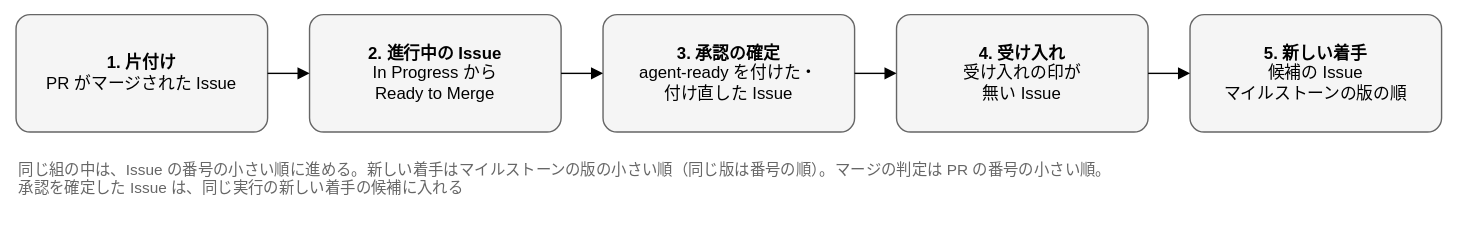
Above: docs/design/basic/diagrams/02-issue-order.drawio.svg in Joymerrevent/dev-autopilot (draw.io), before the change. Source tidied: cells renumbered, new cells last; positions are measured from the earlier drawing's top-left corner, leaving out a move shared by most shapes.
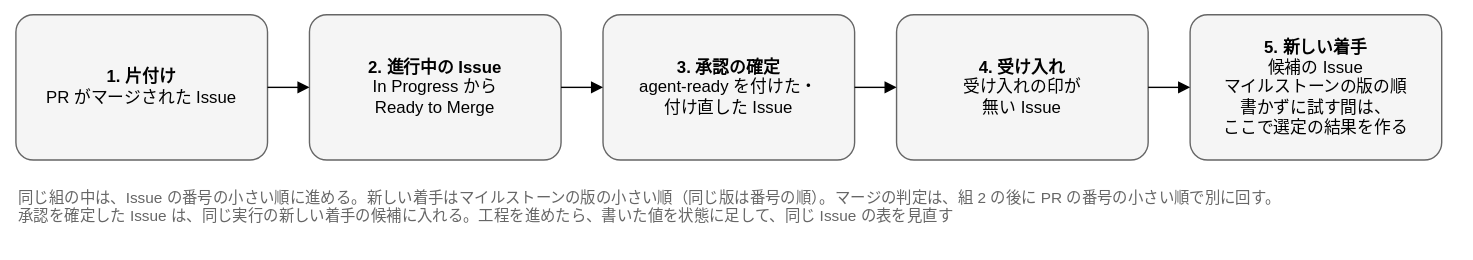
Above is the later version.

Change to the diagram source:
```diff
@@ -3,34 +3,34 @@
     <mxCell id="0" />
     <mxCell id="1" parent="0" />
     <mxCell id="2" value="&lt;b&gt;1. 片付け&lt;/b&gt;&lt;br&gt;PR がマージされた Issue" style="rounded=1;whiteSpace=wrap;html=1;fontSize=12;arcSize=12;spacing=12;fillColor=#f5f5f5;strokeColor=#666666;" parent="1" vertex="1">
-      <mxGeometry width="180" height="84" as="geometry" />
+      <mxGeometry width="180" height="104" as="geometry" />
     </mxCell>
     <mxCell id="3" value="&lt;b&gt;2. 進行中の Issue&lt;/b&gt;&lt;br&gt;In Progress から&lt;br&gt;Ready to Merge" style="rounded=1;whiteSpace=wrap;html=1;fontSize=12;arcSize=12;spacing=12;fillColor=#f5f5f5;strokeColor=#666666;" parent="1" vertex="1">
-      <mxGeometry x="210" width="180" height="84" as="geometry" />
+      <mxGeometry x="210" width="180" height="104" as="geometry" />
     </mxCell>
     <mxCell id="4" style="edgeStyle=orthogonalEdgeStyle;rounded=1;html=1;endArrow=block;endFill=1;fontSize=11;labelBackgroundColor=#ffffff;exitX=1;exitY=0.5;exitDx=0;exitDy=0;entryX=0;entryY=0.5;entryDx=0;entryDy=0;" parent="1" edge="1" source="2" target="3">
       <mxGeometry relative="1" as="geometry" />
     </mxCell>
     <mxCell id="5" value="&lt;b&gt;3. 承認の確定&lt;/b&gt;&lt;br&gt;agent-ready を付けた・&lt;br&gt;付け直した Issue" style="rounded=1;whiteSpace=wrap;html=1;fontSize=12;arcSize=12;spacing=12;fillColor=#f5f5f5;strokeColor=#666666;" parent="1" vertex="1">
-      <mxGeometry x="420" width="180" height="84" as="geometry" />
+      <mxGeometry x="420" width="180" height="104" as="geometry" />
     </mxCell>
     <mxCell id="6" style="edgeStyle=orthogonalEdgeStyle;rounded=1;html=1;endArrow=block;endFill=1;fontSize=11;labelBackgroundColor=#ffffff;exitX=1;exitY=0.5;exitDx=0;exitDy=0;entryX=0;entryY=0.5;entryDx=0;entryDy=0;" parent="1" edge="1" source="3" target="5">
       <mxGeometry relative="1" as="geometry" />
     </mxCell>
     <mxCell id="7" value="&lt;b&gt;4. 受け入れ&lt;/b&gt;&lt;br&gt;受け入れの印が&lt;br&gt;無い Issue" style="rounded=1;whiteSpace=wrap;html=1;fontSize=12;arcSize=12;spacing=12;fillColor=#f5f5f5;strokeColor=#666666;" parent="1" vertex="1">
-      <mxGeometry x="630" width="180" height="84" as="geometry" />
+      <mxGeometry x="630" width="180" height="104" as="geometry" />
     </mxCell>
     <mxCell id="8" style="edgeStyle=orthogonalEdgeStyle;rounded=1;html=1;endArrow=block;endFill=1;fontSize=11;labelBackgroundColor=#ffffff;exitX=1;exitY=0.5;exitDx=0;exitDy=0;entryX=0;entryY=0.5;entryDx=0;entryDy=0;" parent="1" edge="1" source="5" target="7">
       <mxGeometry relative="1" as="geometry" />
     </mxCell>
-    <mxCell id="9" value="&lt;b&gt;5. 新しい着手&lt;/b&gt;&lt;br&gt;候補の Issue&lt;br&gt;マイルストーンの版の順" style="rounded=1;whiteSpace=wrap;html=1;fontSize=12;arcSize=12;spacing=12;fillColor=#f5f5f5;strokeColor=#666666;" parent="1" vertex="1">
-      <mxGeometry x="840" width="180" height="84" as="geometry" />
+    <mxCell id="9" value="&lt;b&gt;5. 新しい着手&lt;/b&gt;&lt;br&gt;候補の Issue&lt;br&gt;マイルストーンの版の順&lt;br&gt;書かずに試す間は、&lt;br&gt;ここで選定の結果を作る" style="rounded=1;whiteSpace=wrap;html=1;fontSize=12;arcSize=12;spacing=12;fillColor=#f5f5f5;strokeColor=#666666;" parent="1" vertex="1">
+      <mxGeometry x="840" width="180" height="104" as="geometry" />
     </mxCell>
     <mxCell id="10" style="edgeStyle=orthogonalEdgeStyle;rounded=1;html=1;endArrow=block;endFill=1;fontSize=11;labelBackgroundColor=#ffffff;exitX=1;exitY=0.5;exitDx=0;exitDy=0;entryX=0;entryY=0.5;entryDx=0;entryDy=0;" parent="1" edge="1" source="7" target="9">
       <mxGeometry relative="1" as="geometry" />
     </mxCell>
-    <mxCell id="11" value="同じ組の中は、Issue の番号の小さい順に進める。新しい着手はマイルストーンの版の小さい順（同じ版は番号の順）。マージの判定は PR の番号の小さい順。&lt;br&gt;承認を確定した Issue は、同じ実行の新しい着手の候補に入れる" style="text;html=1;whiteSpace=wrap;align=left;verticalAlign=top;fontSize=11;fontColor=#666666;" parent="1" vertex="1">
-      <mxGeometry y="98" width="1000" height="36" as="geometry" />
+    <mxCell id="11" value="同じ組の中は、Issue の番号の小さい順に進める。新しい着手はマイルストーンの版の小さい順（同じ版は番号の順）。マージの判定は、組 2 の後に PR の番号の小さい順で別に回す。&lt;br&gt;承認を確定した Issue は、同じ実行の新しい着手の候補に入れる。工程を進めたら、書いた値を状態に足して、同じ Issue の表を見直す" style="text;html=1;whiteSpace=wrap;align=left;verticalAlign=top;fontSize=11;fontColor=#666666;" parent="1" vertex="1">
+      <mxGeometry y="118" width="1000" height="36" as="geometry" />
     </mxCell>
   </root>
 </mxGraphModel>
```
